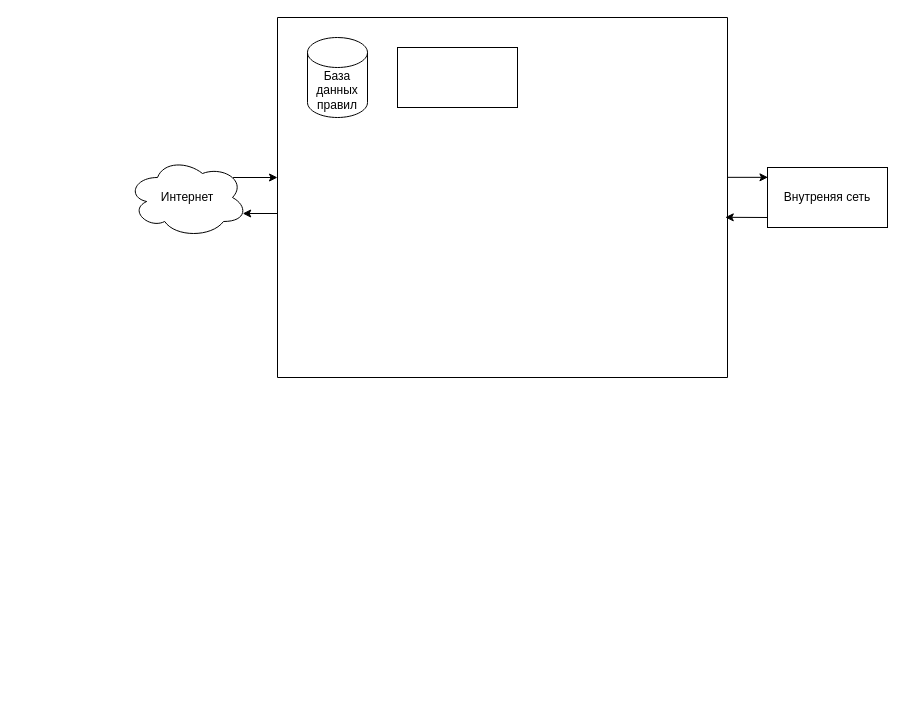
Earlier version of the draw.io diagram тз1.drawio (gogen02/pgups). Source tidied: cells renumbered, new cells numbered last; positions are measured from the earlier drawing's top-left corner, leaving out a move shared by most shapes. Both pictures are drawn from the tidied source at 100%, with x=0, y=0 at pixel (127, 17).
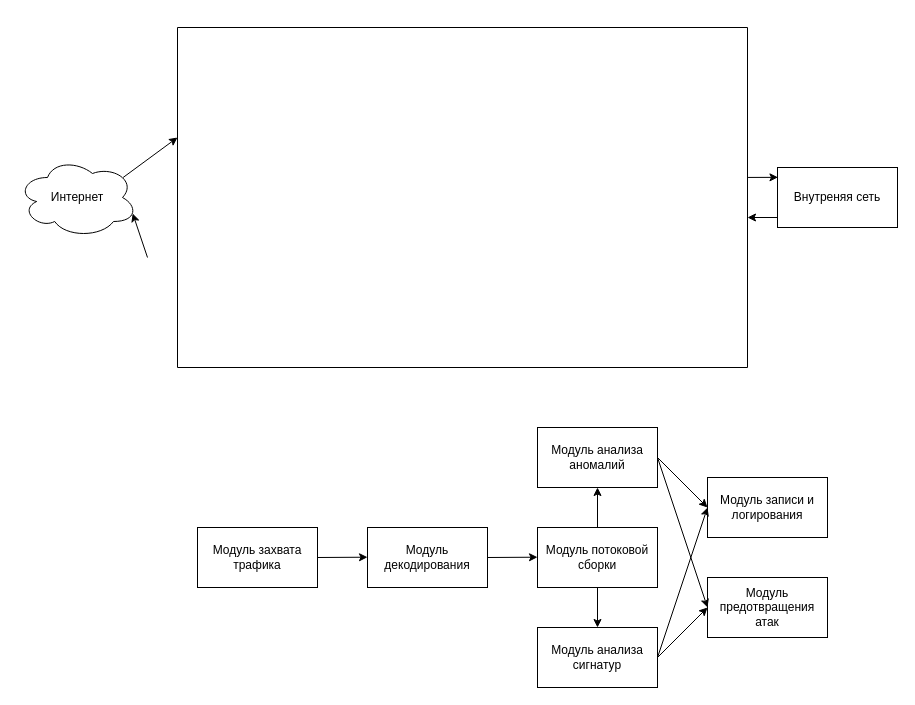
Above is the later version.

Change to the diagram source:
```diff
@@
     <mxCell id="2" value="Интернет" style="ellipse;shape=cloud;whiteSpace=wrap;html=1;" parent="1" vertex="1">
-      <mxGeometry y="140" width="120" height="80" as="geometry" />
+      <mxGeometry x="-110" y="140" width="120" height="80" as="geometry" />
     </mxCell>
     <mxCell id="3" style="endArrow=classic;html=1;rounded=0;exitX=0.88;exitY=0.25;exitDx=0;exitDy=0;exitPerimeter=0;" parent="1" edge="1" source="2">
       <mxGeometry relative="1" as="geometry">
-        <mxPoint x="150" y="160" as="targetPoint" />
+        <mxPoint x="50" y="120" as="targetPoint" />
       </mxGeometry>
     </mxCell>
     <mxCell id="4" style="endArrow=classic;html=1;rounded=0;entryX=0.96;entryY=0.7;entryDx=0;entryDy=0;entryPerimeter=0;" parent="1" edge="1" target="2">
       <mxGeometry relative="1" as="geometry">
-        <mxPoint x="150" y="196" as="sourcePoint" />
+        <mxPoint x="20" y="240" as="sourcePoint" />
       </mxGeometry>
     </mxCell>
     <mxCell id="5" style="swimlane;startSize=0;" parent="1" vertex="1">
-      <mxGeometry x="150" width="450" height="360" as="geometry" />
+      <mxGeometry x="50" y="10" width="570" height="340" as="geometry" />
     </mxCell>
-    <mxCell id="6" value="База данных правил" style="shape=cylinder3;whiteSpace=wrap;html=1;boundedLbl=1;backgroundOutline=1;size=15;" parent="5" vertex="1">
-      <mxGeometry x="30" y="20" width="60" height="80" as="geometry" />
-    </mxCell>
-    <mxCell id="7" style="rounded=0;whiteSpace=wrap;html=1;" parent="5" vertex="1">
-      <mxGeometry x="120" y="30" width="120" height="60" as="geometry" />
-    </mxCell>
     <mxCell id="8" value="Внутреняя сеть" style="rounded=0;whiteSpace=wrap;html=1;" parent="1" vertex="1">
-      <mxGeometry x="640" y="150" width="120" height="60" as="geometry" />
+      <mxGeometry x="650" y="150" width="120" height="60" as="geometry" />
     </mxCell>
-    <mxCell id="9" style="endArrow=classic;html=1;rounded=0;exitX=1.001;exitY=0.444;exitDx=0;exitDy=0;exitPerimeter=0;entryX=0.004;entryY=0.164;entryDx=0;entryDy=0;entryPerimeter=0;" parent="1" edge="1" source="5" target="8">
+    <mxCell id="9" style="endArrow=classic;html=1;rounded=0;exitX=1.001;exitY=0.441;exitDx=0;exitDy=0;exitPerimeter=0;entryX=0.004;entryY=0.164;entryDx=0;entryDy=0;entryPerimeter=0;" parent="1" edge="1" source="5" target="8">
       <mxGeometry relative="1" as="geometry" />
     </mxCell>
-    <mxCell id="10" style="endArrow=classic;html=1;rounded=0;entryX=0.995;entryY=0.555;entryDx=0;entryDy=0;entryPerimeter=0;" parent="1" edge="1" target="5">
+    <mxCell id="10" style="endArrow=classic;html=1;rounded=0;" parent="1" edge="1">
       <mxGeometry relative="1" as="geometry">
-        <mxPoint x="640" y="200" as="sourcePoint" />
+        <mxPoint x="650" y="200" as="sourcePoint" />
+        <mxPoint x="620" y="200" as="targetPoint" />
       </mxGeometry>
     </mxCell>
+    <mxCell id="11" value="Модуль захвата трафика" style="rounded=0;whiteSpace=wrap;html=1;" parent="1" vertex="1">
+      <mxGeometry x="70" y="510" width="120" height="60" as="geometry" />
+    </mxCell>
+    <mxCell id="12" value="Модуль декодирования" style="rounded=0;whiteSpace=wrap;html=1;" parent="1" vertex="1">
+      <mxGeometry x="240" y="510" width="120" height="60" as="geometry" />
+    </mxCell>
+    <mxCell id="13" value="Модуль анализа аномалий" style="rounded=0;whiteSpace=wrap;html=1;" parent="1" vertex="1">
+      <mxGeometry x="410" y="410" width="120" height="60" as="geometry" />
+    </mxCell>
+    <mxCell id="14" value="Модуль потоковой сборки" style="rounded=0;whiteSpace=wrap;html=1;" parent="1" vertex="1">
+      <mxGeometry x="410" y="510" width="120" height="60" as="geometry" />
+    </mxCell>
+    <mxCell id="15" value="Модуль предотвращения атак" style="rounded=0;whiteSpace=wrap;html=1;" parent="1" vertex="1">
+      <mxGeometry x="580" y="560" width="120" height="60" as="geometry" />
+    </mxCell>
+    <mxCell id="16" value="Модуль записи и логирования" style="rounded=0;whiteSpace=wrap;html=1;" parent="1" vertex="1">
+      <mxGeometry x="580" y="460" width="120" height="60" as="geometry" />
+    </mxCell>
+    <mxCell id="17" value="Модуль анализа сигнатур" style="rounded=0;whiteSpace=wrap;html=1;" parent="1" vertex="1">
+      <mxGeometry x="410" y="610" width="120" height="60" as="geometry" />
+    </mxCell>
+    <mxCell id="18" style="endArrow=classic;html=1;rounded=0;" parent="1" edge="1">
+      <mxGeometry relative="1" as="geometry">
+        <mxPoint x="190" y="540" as="sourcePoint" />
+        <mxPoint x="240" y="539.7" as="targetPoint" />
+      </mxGeometry>
+    </mxCell>
+    <mxCell id="19" style="endArrow=classic;html=1;rounded=0;" parent="1" edge="1">
+      <mxGeometry relative="1" as="geometry">
+        <mxPoint x="360" y="540" as="sourcePoint" />
+        <mxPoint x="410" y="539.7" as="targetPoint" />
+      </mxGeometry>
+    </mxCell>
+    <mxCell id="20" style="endArrow=classic;html=1;rounded=0;exitX=1;exitY=0.5;exitDx=0;exitDy=0;entryX=0;entryY=0.5;entryDx=0;entryDy=0;" parent="1" edge="1" source="17" target="16">
+      <mxGeometry relative="1" as="geometry" />
+    </mxCell>
+    <mxCell id="21" style="endArrow=classic;html=1;rounded=0;exitX=0.5;exitY=0;exitDx=0;exitDy=0;entryX=0.5;entryY=1;entryDx=0;entryDy=0;" parent="1" edge="1" source="14" target="13">
+      <mxGeometry relative="1" as="geometry" />
+    </mxCell>
+    <mxCell id="22" style="endArrow=classic;html=1;rounded=0;exitX=0.5;exitY=1;exitDx=0;exitDy=0;entryX=0.5;entryY=0;entryDx=0;entryDy=0;" parent="1" edge="1" source="14" target="17">
+      <mxGeometry relative="1" as="geometry" />
+    </mxCell>
+    <mxCell id="23" style="endArrow=classic;html=1;rounded=0;exitX=1;exitY=0.5;exitDx=0;exitDy=0;entryX=0;entryY=0.5;entryDx=0;entryDy=0;" parent="1" edge="1" source="17" target="15">
+      <mxGeometry relative="1" as="geometry" />
+    </mxCell>
+    <mxCell id="24" style="endArrow=classic;html=1;rounded=0;exitX=1;exitY=0.5;exitDx=0;exitDy=0;" parent="1" edge="1" source="13">
+      <mxGeometry relative="1" as="geometry">
+        <mxPoint x="580" y="490" as="targetPoint" />
+      </mxGeometry>
+    </mxCell>
+    <mxCell id="25" style="endArrow=classic;html=1;rounded=0;exitX=1;exitY=0.5;exitDx=0;exitDy=0;entryX=0;entryY=0.5;entryDx=0;entryDy=0;" parent="1" edge="1" source="13" target="15">
+      <mxGeometry relative="1" as="geometry" />
+    </mxCell>
```
